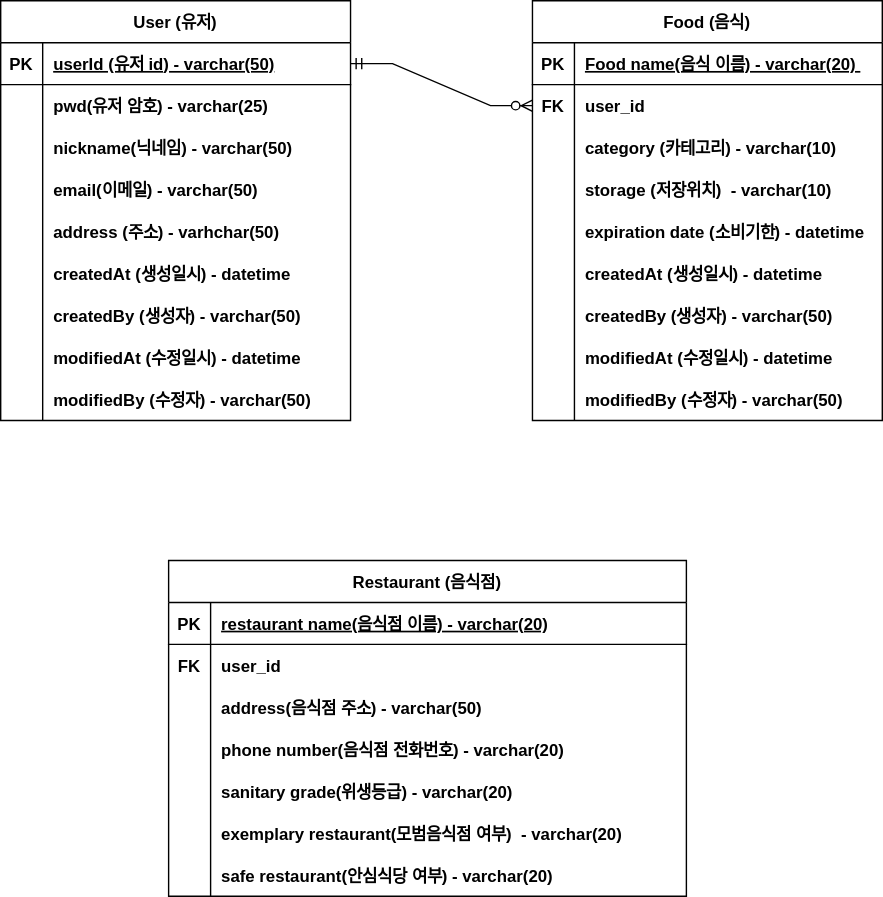
Before: cleanplate/document/clean-plate-erd.svg, a diagram exported from draw.io (whwlsgkr7/Clean-Plate). Source tidied: cells renumbered, new cells last; positions are measured from the earlier drawing's top-left corner, leaving out a move shared by most shapes.
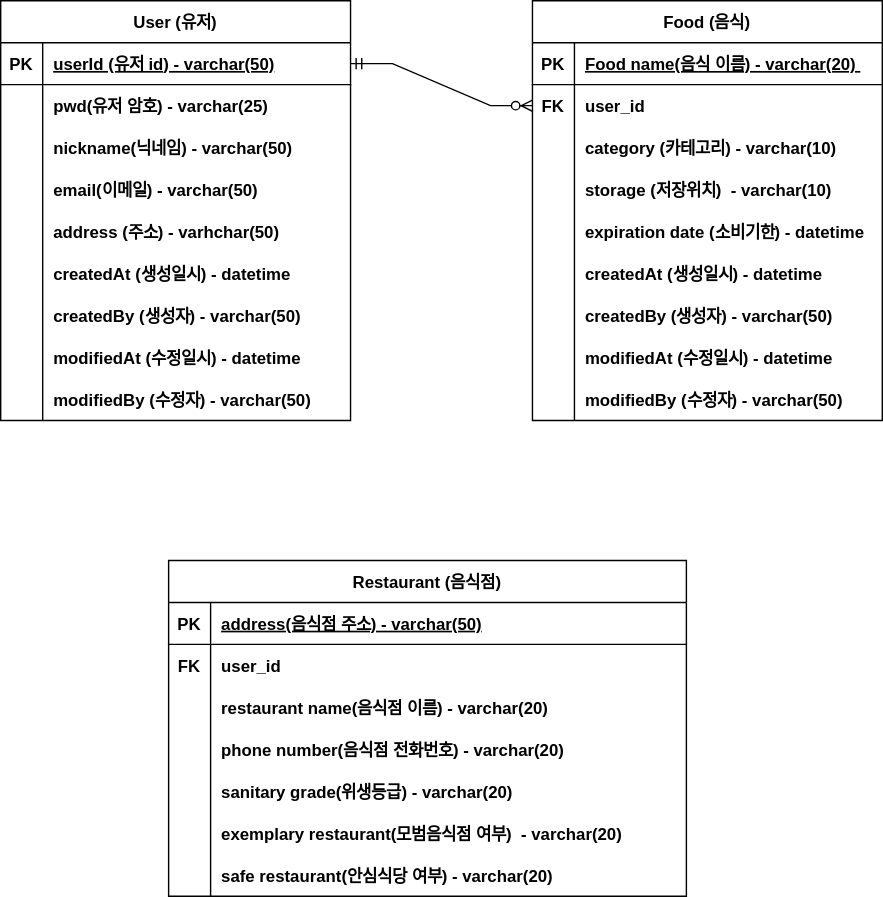
Later version of the same file.

Commit message:
#5-Restaurant 도메인 pk 수정

Change to the diagram source:
```diff
@@ -95,7 +95,7 @@
     <mxCell id="32" value="PK" style="shape=partialRectangle;overflow=hidden;fillColor=none;top=0;left=0;bottom=0;right=0;fontStyle=1;" parent="31" vertex="1">
       <mxGeometry width="30" height="30" as="geometry" />
     </mxCell>
-    <mxCell id="33" value="restaurant name(음식점 이름) - varchar(20)" style="shape=partialRectangle;overflow=hidden;fillColor=none;top=0;left=0;bottom=0;right=0;align=left;spacingLeft=6;fontStyle=5;" parent="31" vertex="1">
+    <mxCell id="33" value="address(음식점 주소) - varchar(50)" style="shape=partialRectangle;overflow=hidden;fillColor=none;top=0;left=0;bottom=0;right=0;align=left;spacingLeft=6;fontStyle=5;" parent="31" vertex="1">
       <mxGeometry x="30" width="340" height="30" as="geometry" />
     </mxCell>
     <mxCell id="34" style="shape=partialRectangle;fillColor=none;top=0;left=0;right=0;bottom=0;" parent="30" vertex="1">
@@ -113,7 +113,7 @@
     <mxCell id="38" style="shape=partialRectangle;overflow=hidden;fillColor=none;top=0;left=0;bottom=0;right=0;" parent="37" vertex="1">
       <mxGeometry width="30" height="30" as="geometry" />
     </mxCell>
-    <mxCell id="39" value="address(음식점 주소) - varchar(50)" style="shape=partialRectangle;overflow=hidden;fillColor=none;top=0;left=0;bottom=0;right=0;align=left;spacingLeft=6;fontStyle=1;" parent="37" vertex="1">
+    <mxCell id="39" value="restaurant name(음식점 이름) - varchar(20)" style="shape=partialRectangle;overflow=hidden;fillColor=none;top=0;left=0;bottom=0;right=0;align=left;spacingLeft=6;fontStyle=1;" parent="37" vertex="1">
       <mxGeometry x="30" width="340" height="30" as="geometry" />
     </mxCell>
     <mxCell id="40" style="shape=partialRectangle;fillColor=none;top=0;left=0;right=0;bottom=0;" parent="30" vertex="1">
```
